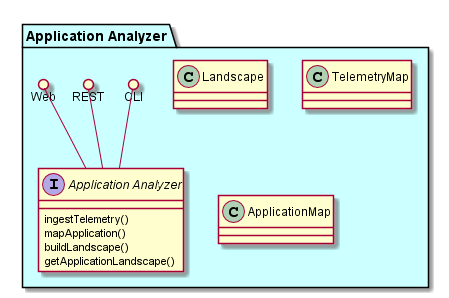
CAADE/C3 keeps this PlantUML diagram as docs/Solution/Application-Analyzer/Logical.png. Above is the earlier version.
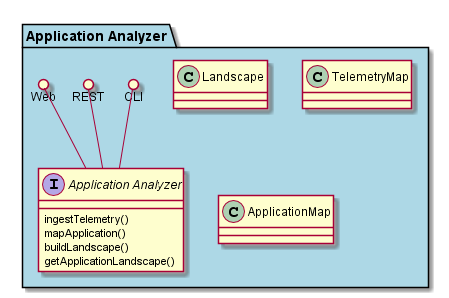
After the change.

Diff of the diagram source:
```diff
@@ -1,6 +1,6 @@
 @startuml
 
-package "Application Analyzer" #ccffff {
+package "Application Analyzer" #lightblue {
     interface "Application Analyzer" {
       ingestTelemetry()
       mapApplication()
```
